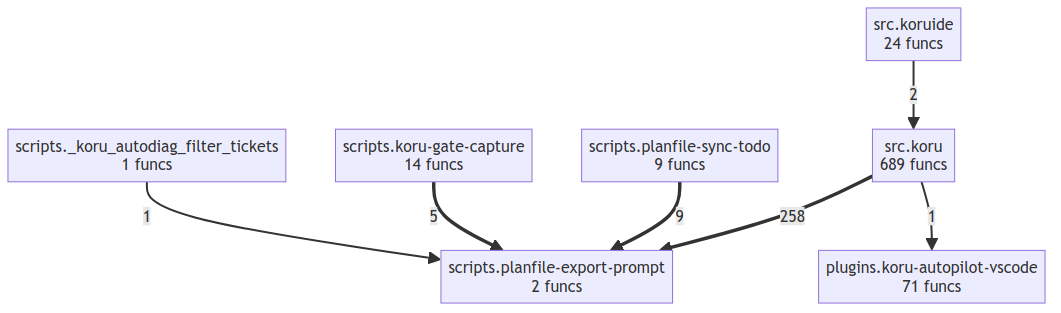
Above: project/compact_flow.png in semcod/koru (Mermaid), before the change. Its source is kept beside it as project/compact_flow.mmd. The source it was exported from:
```mermaid
flowchart TD
    plugins__koru_autopilot_vscode["plugins.koru-autopilot-vscode<br/>71 funcs"]
    scripts___koru_autodiag_filter_tickets["scripts._koru_autodiag_filter_tickets<br/>1 funcs"]
    scripts__koru_gate_capture["scripts.koru-gate-capture<br/>14 funcs"]
    scripts__planfile_export_prompt["scripts.planfile-export-prompt<br/>2 funcs"]
    scripts__planfile_sync_todo["scripts.planfile-sync-todo<br/>9 funcs"]
    src__koru["src.koru<br/>689 funcs"]
    src__koruide["src.koruide<br/>24 funcs"]
    src__koru ==>|258| scripts__planfile_export_prompt
    scripts__planfile_sync_todo ==>|9| scripts__planfile_export_prompt
    scripts__koru_gate_capture ==>|5| scripts__planfile_export_prompt
    src__koruide -->|2| src__koru
    src__koru -->|1| plugins__koru_autopilot_vscode
    scripts___koru_autodiag_filter_tickets -->|1| scripts__planfile_export_prompt
```
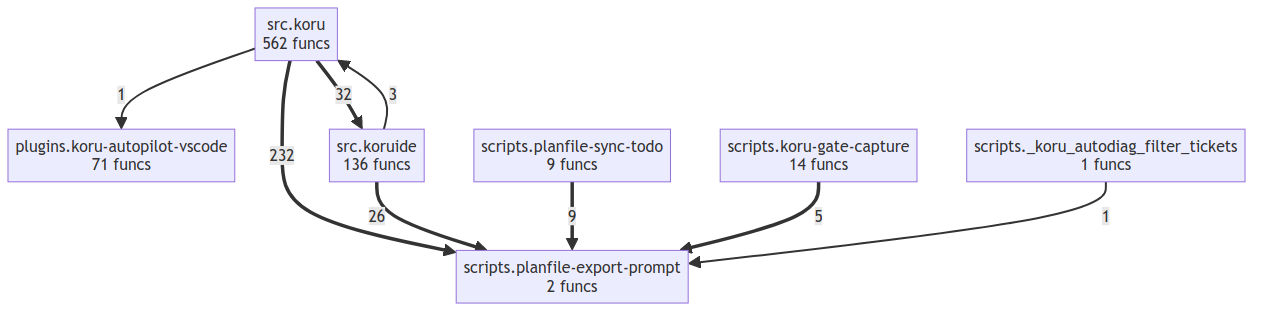
After the commit.

Diff of the diagram source:
```diff
@@ -4,11 +4,13 @@
     scripts__koru_gate_capture["scripts.koru-gate-capture<br/>14 funcs"]
     scripts__planfile_export_prompt["scripts.planfile-export-prompt<br/>2 funcs"]
     scripts__planfile_sync_todo["scripts.planfile-sync-todo<br/>9 funcs"]
-    src__koru["src.koru<br/>689 funcs"]
-    src__koruide["src.koruide<br/>24 funcs"]
-    src__koru ==>|258| scripts__planfile_export_prompt
+    src__koru["src.koru<br/>562 funcs"]
+    src__koruide["src.koruide<br/>136 funcs"]
+    src__koru ==>|232| scripts__planfile_export_prompt
+    src__koru ==>|32| src__koruide
+    src__koruide ==>|26| scripts__planfile_export_prompt
     scripts__planfile_sync_todo ==>|9| scripts__planfile_export_prompt
     scripts__koru_gate_capture ==>|5| scripts__planfile_export_prompt
-    src__koruide -->|2| src__koru
+    src__koruide -->|3| src__koru
     src__koru -->|1| plugins__koru_autopilot_vscode
     scripts___koru_autodiag_filter_tickets -->|1| scripts__planfile_export_prompt
```
